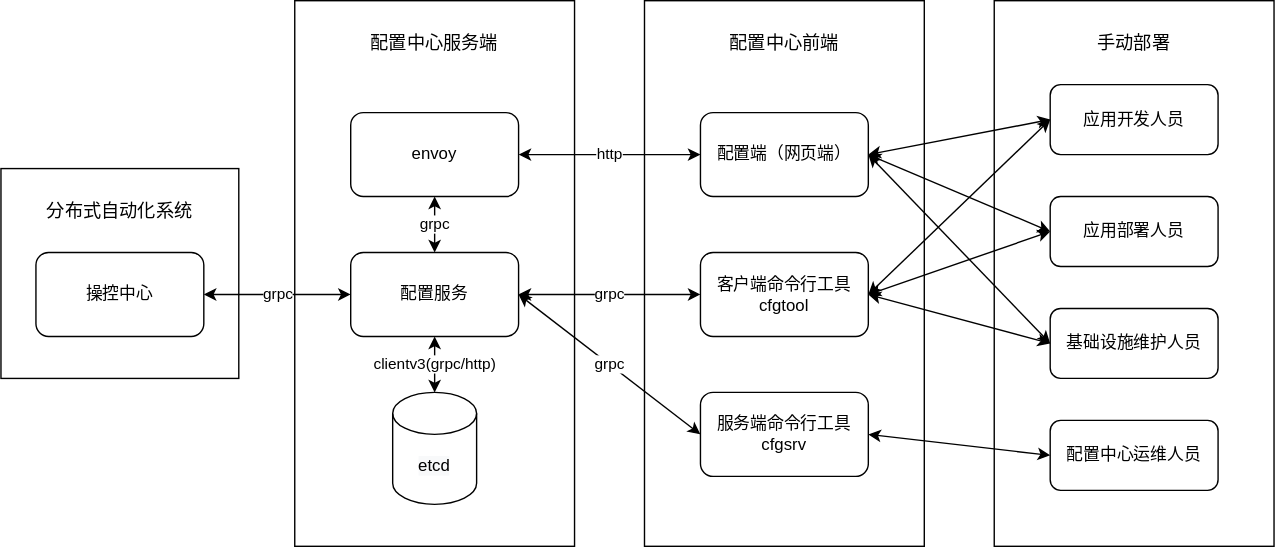
Earlier version of the draw.io export docs/images/需规/交互方1.2.svg (dalgorithm-bastar/configer). Source tidied: cells renumbered, new cells last; positions are measured from the earlier drawing's top-left corner, leaving out a move shared by most shapes. The source it was exported from:
```xml
<mxGraphModel>
  <root>
    <mxCell id="0" />
    <mxCell id="1" parent="0" />
    <mxCell id="2" style="rounded=0;whiteSpace=wrap;html=1;" parent="1" vertex="1">
      <mxGeometry x="710" width="200" height="390" as="geometry" />
    </mxCell>
    <mxCell id="3" style="rounded=0;whiteSpace=wrap;html=1;" parent="1" vertex="1">
      <mxGeometry x="460" width="200" height="390" as="geometry" />
    </mxCell>
    <mxCell id="4" style="rounded=0;whiteSpace=wrap;html=1;" parent="1" vertex="1">
      <mxGeometry y="120" width="170" height="150" as="geometry" />
    </mxCell>
    <mxCell id="5" style="rounded=0;whiteSpace=wrap;html=1;" parent="1" vertex="1">
      <mxGeometry x="210" width="200" height="390" as="geometry" />
    </mxCell>
    <mxCell id="6" value="配置服务" style="rounded=1;whiteSpace=wrap;html=1;" parent="1" vertex="1">
      <mxGeometry x="250" y="180" width="120" height="60" as="geometry" />
    </mxCell>
    <mxCell id="7" value="clientv3(grpc/http)" style="endArrow=classic;html=1;startArrow=classic;startFill=1;" parent="1" edge="1" source="6" target="8">
      <mxGeometry relative="1" as="geometry" />
    </mxCell>
    <mxCell id="8" value="&lt;span style=&quot;color: rgb(0 , 0 , 0) ; font-family: &amp;#34;helvetica&amp;#34; ; font-size: 12px ; font-style: normal ; font-weight: 400 ; letter-spacing: normal ; text-align: center ; text-indent: 0px ; text-transform: none ; word-spacing: 0px ; background-color: rgb(248 , 249 , 250) ; display: inline ; float: none&quot;&gt;etcd&lt;/span&gt;" style="shape=cylinder3;whiteSpace=wrap;html=1;boundedLbl=1;backgroundOutline=1;size=15;" parent="1" vertex="1">
      <mxGeometry x="280" y="280" width="60" height="80" as="geometry" />
    </mxCell>
    <mxCell id="9" value="grpc" style="endArrow=classic;html=1;horizontal=1;startArrow=none;startFill=1;" parent="1" edge="1" source="15">
      <mxGeometry relative="1" as="geometry">
        <mxPoint x="280" y="120" as="targetPoint" />
      </mxGeometry>
    </mxCell>
    <mxCell id="10" value="&lt;font style=&quot;font-size: 13px&quot;&gt;配置中心服务端&lt;/font&gt;" style="text;html=1;strokeColor=none;fillColor=none;align=center;verticalAlign=middle;whiteSpace=wrap;rounded=0;" parent="1" vertex="1">
      <mxGeometry x="261" y="20" width="98" height="20" as="geometry" />
    </mxCell>
    <mxCell id="11" value="服务端命令行工具&lt;br&gt;cfgsrv" style="rounded=1;whiteSpace=wrap;html=1;" parent="1" vertex="1">
      <mxGeometry x="500" y="280" width="120" height="60" as="geometry" />
    </mxCell>
    <mxCell id="12" value="grpc" style="endArrow=classic;html=1;horizontal=1;startArrow=classic;startFill=1;entryX=0;entryY=0.5;entryDx=0;entryDy=0;exitX=1;exitY=0.5;exitDx=0;exitDy=0;" parent="1" edge="1" source="14" target="6">
      <mxGeometry relative="1" as="geometry" />
    </mxCell>
    <mxCell id="13" value="配置端（网页端）" style="rounded=1;whiteSpace=wrap;html=1;" parent="1" vertex="1">
      <mxGeometry x="500" y="80" width="120" height="60" as="geometry" />
    </mxCell>
    <mxCell id="14" value="操控中心" style="rounded=1;whiteSpace=wrap;html=1;" parent="1" vertex="1">
      <mxGeometry x="25" y="180" width="120" height="60" as="geometry" />
    </mxCell>
    <mxCell id="15" value="envoy" style="rounded=1;whiteSpace=wrap;html=1;" parent="1" vertex="1">
      <mxGeometry x="250" y="80" width="120" height="60" as="geometry" />
    </mxCell>
    <mxCell id="16" value="http" style="endArrow=classic;html=1;horizontal=1;startArrow=classic;startFill=1;entryX=1;entryY=0.5;entryDx=0;entryDy=0;exitX=0;exitY=0.5;exitDx=0;exitDy=0;" parent="1" edge="1" source="13" target="15">
      <mxGeometry relative="1" as="geometry" />
    </mxCell>
    <mxCell id="17" value="grpc" style="endArrow=classic;html=1;horizontal=1;startArrow=classic;startFill=1;entryX=0.5;entryY=1;entryDx=0;entryDy=0;" parent="1" edge="1" target="15">
      <mxGeometry relative="1" as="geometry">
        <mxPoint x="310" y="180" as="sourcePoint" />
      </mxGeometry>
    </mxCell>
    <mxCell id="18" value="客户端命令行工具&lt;br&gt;cfgtool" style="rounded=1;whiteSpace=wrap;html=1;" parent="1" vertex="1">
      <mxGeometry x="500" y="180" width="120" height="60" as="geometry" />
    </mxCell>
    <mxCell id="19" value="grpc" style="endArrow=classic;html=1;horizontal=1;startArrow=classic;startFill=1;entryX=1;entryY=0.5;entryDx=0;entryDy=0;exitX=0;exitY=0.5;exitDx=0;exitDy=0;" parent="1" edge="1" source="18" target="6">
      <mxGeometry relative="1" as="geometry" />
    </mxCell>
    <mxCell id="20" value="&lt;span style=&quot;font-size: 13px&quot;&gt;手动部署&lt;/span&gt;" style="text;html=1;strokeColor=none;fillColor=none;align=center;verticalAlign=middle;whiteSpace=wrap;rounded=0;" parent="1" vertex="1">
      <mxGeometry x="765" y="20" width="90" height="20" as="geometry" />
    </mxCell>
    <mxCell id="21" value="&lt;span style=&quot;font-size: 13px&quot;&gt;分布式自动化系统&lt;/span&gt;" style="text;html=1;strokeColor=none;fillColor=none;align=center;verticalAlign=middle;whiteSpace=wrap;rounded=0;" parent="1" vertex="1">
      <mxGeometry x="29.2" y="140" width="111.5" height="20" as="geometry" />
    </mxCell>
    <mxCell id="22" value="&lt;font style=&quot;font-size: 13px&quot;&gt;配置中心前端&lt;/font&gt;" style="text;html=1;strokeColor=none;fillColor=none;align=center;verticalAlign=middle;whiteSpace=wrap;rounded=0;" parent="1" vertex="1">
      <mxGeometry x="511" y="20" width="98" height="20" as="geometry" />
    </mxCell>
    <mxCell id="23" value="grpc" style="endArrow=classic;html=1;horizontal=1;startArrow=classic;startFill=1;entryX=1;entryY=0.5;entryDx=0;entryDy=0;exitX=0;exitY=0.5;exitDx=0;exitDy=0;" parent="1" edge="1" source="11" target="6">
      <mxGeometry relative="1" as="geometry" />
    </mxCell>
    <mxCell id="24" value="应用开发人员" style="rounded=1;whiteSpace=wrap;html=1;" parent="1" vertex="1">
      <mxGeometry x="750" y="60" width="120" height="50" as="geometry" />
    </mxCell>
    <mxCell id="25" value="应用部署人员" style="rounded=1;whiteSpace=wrap;html=1;" parent="1" vertex="1">
      <mxGeometry x="750" y="140" width="120" height="50" as="geometry" />
    </mxCell>
    <mxCell id="26" value="基础设施维护人员" style="rounded=1;whiteSpace=wrap;html=1;" parent="1" vertex="1">
      <mxGeometry x="750" y="220" width="120" height="50" as="geometry" />
    </mxCell>
    <mxCell id="27" style="endArrow=classic;html=1;horizontal=1;startArrow=classic;startFill=1;entryX=1;entryY=0.5;entryDx=0;entryDy=0;exitX=0;exitY=0.5;exitDx=0;exitDy=0;" parent="1" edge="1" source="24" target="13">
      <mxGeometry relative="1" as="geometry" />
    </mxCell>
    <mxCell id="28" style="endArrow=classic;html=1;horizontal=1;startArrow=classic;startFill=1;entryX=1;entryY=0.5;entryDx=0;entryDy=0;exitX=0;exitY=0.5;exitDx=0;exitDy=0;" parent="1" edge="1" source="25" target="18">
      <mxGeometry relative="1" as="geometry" />
    </mxCell>
    <mxCell id="29" style="endArrow=classic;html=1;horizontal=1;startArrow=classic;startFill=1;entryX=1;entryY=0.5;entryDx=0;entryDy=0;exitX=0;exitY=0.5;exitDx=0;exitDy=0;" parent="1" edge="1" source="25" target="13">
      <mxGeometry relative="1" as="geometry" />
    </mxCell>
    <mxCell id="30" style="endArrow=classic;html=1;horizontal=1;startArrow=classic;startFill=1;entryX=1;entryY=0.5;entryDx=0;entryDy=0;exitX=0;exitY=0.5;exitDx=0;exitDy=0;" parent="1" edge="1" source="24" target="18">
      <mxGeometry relative="1" as="geometry" />
    </mxCell>
    <mxCell id="31" style="endArrow=classic;html=1;horizontal=1;startArrow=classic;startFill=1;entryX=1;entryY=0.5;entryDx=0;entryDy=0;exitX=0;exitY=0.5;exitDx=0;exitDy=0;" parent="1" edge="1" source="26" target="13">
      <mxGeometry relative="1" as="geometry" />
    </mxCell>
    <mxCell id="32" style="endArrow=classic;html=1;horizontal=1;startArrow=classic;startFill=1;entryX=1;entryY=0.5;entryDx=0;entryDy=0;exitX=0;exitY=0.5;exitDx=0;exitDy=0;" parent="1" edge="1" source="26" target="18">
      <mxGeometry relative="1" as="geometry" />
    </mxCell>
    <mxCell id="33" value="配置中心运维人员" style="rounded=1;whiteSpace=wrap;html=1;" parent="1" vertex="1">
      <mxGeometry x="750" y="300" width="120" height="50" as="geometry" />
    </mxCell>
    <mxCell id="34" style="endArrow=classic;html=1;horizontal=1;startArrow=classic;startFill=1;entryX=1;entryY=0.5;entryDx=0;entryDy=0;exitX=0;exitY=0.5;exitDx=0;exitDy=0;" parent="1" edge="1" source="33" target="11">
      <mxGeometry relative="1" as="geometry" />
    </mxCell>
  </root>
</mxGraphModel>
```
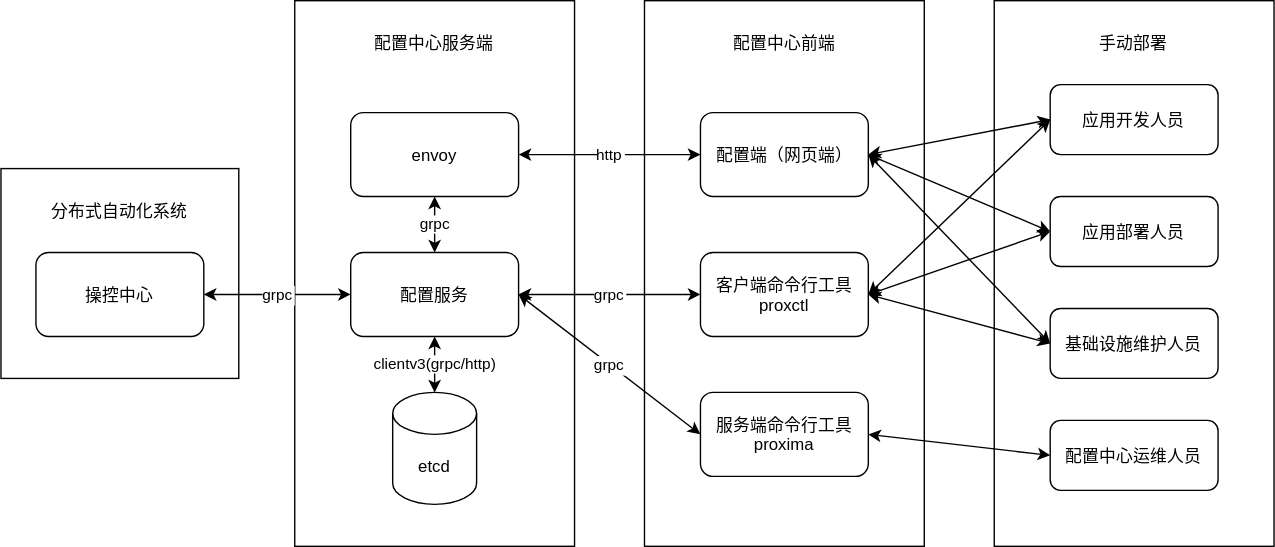
The same file after the commit.

The edit, as a diff of the source:
```diff
@@ -14,13 +14,13 @@
     <mxCell id="5" style="rounded=0;whiteSpace=wrap;html=1;" parent="1" vertex="1">
       <mxGeometry x="210" width="200" height="390" as="geometry" />
     </mxCell>
-    <mxCell id="6" value="配置服务" style="rounded=1;whiteSpace=wrap;html=1;" parent="1" vertex="1">
+    <mxCell id="6" value="配置服务" style="rounded=1;" parent="1" vertex="1">
       <mxGeometry x="250" y="180" width="120" height="60" as="geometry" />
     </mxCell>
     <mxCell id="7" value="clientv3(grpc/http)" style="endArrow=classic;html=1;startArrow=classic;startFill=1;" parent="1" edge="1" source="6" target="8">
       <mxGeometry relative="1" as="geometry" />
     </mxCell>
-    <mxCell id="8" value="&lt;span style=&quot;color: rgb(0 , 0 , 0) ; font-family: &amp;#34;helvetica&amp;#34; ; font-size: 12px ; font-style: normal ; font-weight: 400 ; letter-spacing: normal ; text-align: center ; text-indent: 0px ; text-transform: none ; word-spacing: 0px ; background-color: rgb(248 , 249 , 250) ; display: inline ; float: none&quot;&gt;etcd&lt;/span&gt;" style="shape=cylinder3;whiteSpace=wrap;html=1;boundedLbl=1;backgroundOutline=1;size=15;" parent="1" vertex="1">
+    <mxCell id="8" value="etcd" style="shape=cylinder3;boundedLbl=1;backgroundOutline=1;size=15;" parent="1" vertex="1">
       <mxGeometry x="280" y="280" width="60" height="80" as="geometry" />
     </mxCell>
     <mxCell id="9" value="grpc" style="endArrow=classic;html=1;horizontal=1;startArrow=none;startFill=1;" parent="1" edge="1" source="15">
@@ -28,25 +28,25 @@
         <mxPoint x="280" y="120" as="targetPoint" />
       </mxGeometry>
     </mxCell>
-    <mxCell id="10" value="&lt;font style=&quot;font-size: 13px&quot;&gt;配置中心服务端&lt;/font&gt;" style="text;html=1;strokeColor=none;fillColor=none;align=center;verticalAlign=middle;whiteSpace=wrap;rounded=0;" parent="1" vertex="1">
+    <mxCell id="10" value="配置中心服务端" style="text;strokeColor=none;fillColor=none;align=center;verticalAlign=middle;rounded=0;" parent="1" vertex="1">
       <mxGeometry x="261" y="20" width="98" height="20" as="geometry" />
     </mxCell>
-    <mxCell id="11" value="服务端命令行工具&lt;br&gt;cfgsrv" style="rounded=1;whiteSpace=wrap;html=1;" parent="1" vertex="1">
+    <mxCell id="11" value="服务端命令行工具&#10;proxima" style="rounded=1;" parent="1" vertex="1">
       <mxGeometry x="500" y="280" width="120" height="60" as="geometry" />
     </mxCell>
-    <mxCell id="12" value="grpc" style="endArrow=classic;html=1;horizontal=1;startArrow=classic;startFill=1;entryX=0;entryY=0.5;entryDx=0;entryDy=0;exitX=1;exitY=0.5;exitDx=0;exitDy=0;" parent="1" edge="1" source="14" target="6">
+    <mxCell id="12" value="grpc" style="endArrow=classic;horizontal=1;startArrow=classic;startFill=1;entryX=0;entryY=0.5;entryDx=0;entryDy=0;exitX=1;exitY=0.5;exitDx=0;exitDy=0;" parent="1" edge="1" source="14" target="6">
       <mxGeometry relative="1" as="geometry" />
     </mxCell>
-    <mxCell id="13" value="配置端（网页端）" style="rounded=1;whiteSpace=wrap;html=1;" parent="1" vertex="1">
+    <mxCell id="13" value="配置端（网页端）" style="rounded=1;" parent="1" vertex="1">
       <mxGeometry x="500" y="80" width="120" height="60" as="geometry" />
     </mxCell>
-    <mxCell id="14" value="操控中心" style="rounded=1;whiteSpace=wrap;html=1;" parent="1" vertex="1">
+    <mxCell id="14" value="操控中心" style="rounded=1;" parent="1" vertex="1">
       <mxGeometry x="25" y="180" width="120" height="60" as="geometry" />
     </mxCell>
-    <mxCell id="15" value="envoy" style="rounded=1;whiteSpace=wrap;html=1;" parent="1" vertex="1">
+    <mxCell id="15" value="envoy" style="rounded=1;" parent="1" vertex="1">
       <mxGeometry x="250" y="80" width="120" height="60" as="geometry" />
     </mxCell>
-    <mxCell id="16" value="http" style="endArrow=classic;html=1;horizontal=1;startArrow=classic;startFill=1;entryX=1;entryY=0.5;entryDx=0;entryDy=0;exitX=0;exitY=0.5;exitDx=0;exitDy=0;" parent="1" edge="1" source="13" target="15">
+    <mxCell id="16" value="http" style="endArrow=classic;horizontal=1;startArrow=classic;startFill=1;entryX=1;entryY=0.5;entryDx=0;entryDy=0;exitX=0;exitY=0.5;exitDx=0;exitDy=0;" parent="1" edge="1" source="13" target="15">
       <mxGeometry relative="1" as="geometry" />
     </mxCell>
     <mxCell id="17" value="grpc" style="endArrow=classic;html=1;horizontal=1;startArrow=classic;startFill=1;entryX=0.5;entryY=1;entryDx=0;entryDy=0;" parent="1" edge="1" target="15">
@@ -54,31 +54,31 @@
         <mxPoint x="310" y="180" as="sourcePoint" />
       </mxGeometry>
     </mxCell>
-    <mxCell id="18" value="客户端命令行工具&lt;br&gt;cfgtool" style="rounded=1;whiteSpace=wrap;html=1;" parent="1" vertex="1">
+    <mxCell id="18" value="客户端命令行工具&#10;proxctl" style="rounded=1;" parent="1" vertex="1">
       <mxGeometry x="500" y="180" width="120" height="60" as="geometry" />
     </mxCell>
-    <mxCell id="19" value="grpc" style="endArrow=classic;html=1;horizontal=1;startArrow=classic;startFill=1;entryX=1;entryY=0.5;entryDx=0;entryDy=0;exitX=0;exitY=0.5;exitDx=0;exitDy=0;" parent="1" edge="1" source="18" target="6">
+    <mxCell id="19" value="grpc" style="endArrow=classic;horizontal=1;startArrow=classic;startFill=1;entryX=1;entryY=0.5;entryDx=0;entryDy=0;exitX=0;exitY=0.5;exitDx=0;exitDy=0;" parent="1" edge="1" source="18" target="6">
       <mxGeometry relative="1" as="geometry" />
     </mxCell>
-    <mxCell id="20" value="&lt;span style=&quot;font-size: 13px&quot;&gt;手动部署&lt;/span&gt;" style="text;html=1;strokeColor=none;fillColor=none;align=center;verticalAlign=middle;whiteSpace=wrap;rounded=0;" parent="1" vertex="1">
+    <mxCell id="20" value="手动部署" style="text;strokeColor=none;fillColor=none;align=center;verticalAlign=middle;rounded=0;" parent="1" vertex="1">
       <mxGeometry x="765" y="20" width="90" height="20" as="geometry" />
     </mxCell>
-    <mxCell id="21" value="&lt;span style=&quot;font-size: 13px&quot;&gt;分布式自动化系统&lt;/span&gt;" style="text;html=1;strokeColor=none;fillColor=none;align=center;verticalAlign=middle;whiteSpace=wrap;rounded=0;" parent="1" vertex="1">
+    <mxCell id="21" value="分布式自动化系统" style="text;strokeColor=none;fillColor=none;align=center;verticalAlign=middle;rounded=0;" parent="1" vertex="1">
       <mxGeometry x="29.2" y="140" width="111.5" height="20" as="geometry" />
     </mxCell>
-    <mxCell id="22" value="&lt;font style=&quot;font-size: 13px&quot;&gt;配置中心前端&lt;/font&gt;" style="text;html=1;strokeColor=none;fillColor=none;align=center;verticalAlign=middle;whiteSpace=wrap;rounded=0;" parent="1" vertex="1">
+    <mxCell id="22" value="配置中心前端" style="text;strokeColor=none;fillColor=none;align=center;verticalAlign=middle;rounded=0;" parent="1" vertex="1">
       <mxGeometry x="511" y="20" width="98" height="20" as="geometry" />
     </mxCell>
-    <mxCell id="23" value="grpc" style="endArrow=classic;html=1;horizontal=1;startArrow=classic;startFill=1;entryX=1;entryY=0.5;entryDx=0;entryDy=0;exitX=0;exitY=0.5;exitDx=0;exitDy=0;" parent="1" edge="1" source="11" target="6">
+    <mxCell id="23" value="grpc" style="endArrow=classic;horizontal=1;startArrow=classic;startFill=1;entryX=1;entryY=0.5;entryDx=0;entryDy=0;exitX=0;exitY=0.5;exitDx=0;exitDy=0;" parent="1" edge="1" source="11" target="6">
       <mxGeometry relative="1" as="geometry" />
     </mxCell>
-    <mxCell id="24" value="应用开发人员" style="rounded=1;whiteSpace=wrap;html=1;" parent="1" vertex="1">
+    <mxCell id="24" value="应用开发人员" style="rounded=1;" parent="1" vertex="1">
       <mxGeometry x="750" y="60" width="120" height="50" as="geometry" />
     </mxCell>
-    <mxCell id="25" value="应用部署人员" style="rounded=1;whiteSpace=wrap;html=1;" parent="1" vertex="1">
+    <mxCell id="25" value="应用部署人员" style="rounded=1;" parent="1" vertex="1">
       <mxGeometry x="750" y="140" width="120" height="50" as="geometry" />
     </mxCell>
-    <mxCell id="26" value="基础设施维护人员" style="rounded=1;whiteSpace=wrap;html=1;" parent="1" vertex="1">
+    <mxCell id="26" value="基础设施维护人员" style="rounded=1;" parent="1" vertex="1">
       <mxGeometry x="750" y="220" width="120" height="50" as="geometry" />
     </mxCell>
     <mxCell id="27" style="endArrow=classic;html=1;horizontal=1;startArrow=classic;startFill=1;entryX=1;entryY=0.5;entryDx=0;entryDy=0;exitX=0;exitY=0.5;exitDx=0;exitDy=0;" parent="1" edge="1" source="24" target="13">
@@ -99,7 +99,7 @@
     <mxCell id="32" style="endArrow=classic;html=1;horizontal=1;startArrow=classic;startFill=1;entryX=1;entryY=0.5;entryDx=0;entryDy=0;exitX=0;exitY=0.5;exitDx=0;exitDy=0;" parent="1" edge="1" source="26" target="18">
       <mxGeometry relative="1" as="geometry" />
     </mxCell>
-    <mxCell id="33" value="配置中心运维人员" style="rounded=1;whiteSpace=wrap;html=1;" parent="1" vertex="1">
+    <mxCell id="33" value="配置中心运维人员" style="rounded=1;" parent="1" vertex="1">
       <mxGeometry x="750" y="300" width="120" height="50" as="geometry" />
     </mxCell>
     <mxCell id="34" style="endArrow=classic;html=1;horizontal=1;startArrow=classic;startFill=1;entryX=1;entryY=0.5;entryDx=0;entryDy=0;exitX=0;exitY=0.5;exitDx=0;exitDy=0;" parent="1" edge="1" source="33" target="11">
```
